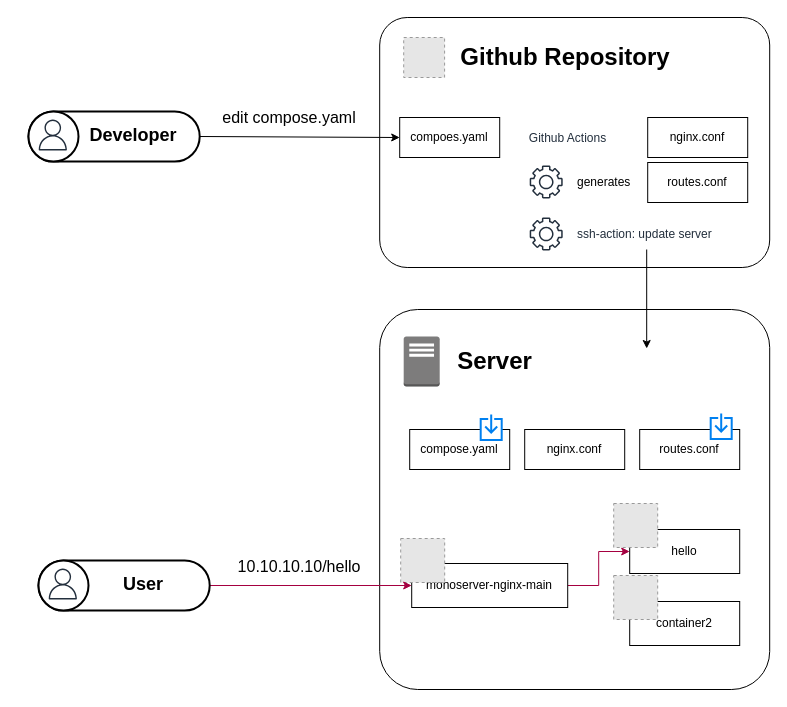
kimkun07/monoserver keeps this draw.io diagram as images/architecture.drawio. Above is the earlier version. Source tidied: cells renumbered, new cells numbered last; positions are measured from the earlier drawing's top-left corner, leaving out a move shared by most shapes. Both pictures are drawn from the tidied source at 100%, with x=0, y=0 at pixel (28, 17). Pictures stored in the file or linked from it are replaced by grey dashed boxes.
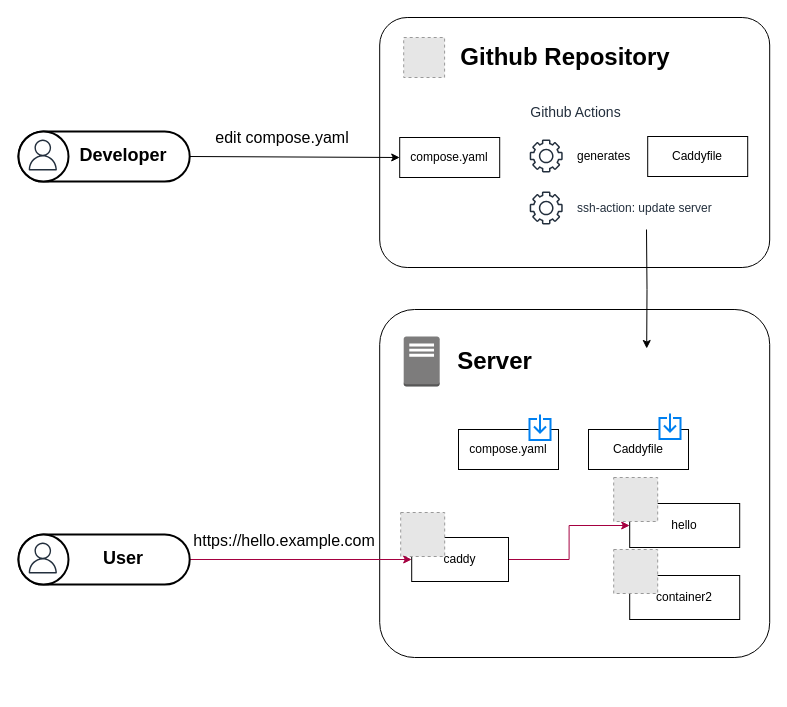
After the change.

Commit message:
architecture.drawio 업데이트 (Caddy 반영)

The edit, as a diff of the source:
```diff
@@
     <mxCell id="2" style="rounded=1;whiteSpace=wrap;html=1;arcSize=10;" parent="1" vertex="1">
-      <mxGeometry x="351.2" y="292" width="390" height="380" as="geometry" />
+      <mxGeometry x="351.2" y="292" width="390" height="348" as="geometry" />
     </mxCell>
@@
     <mxCell id="4" value="hello" style="rounded=0;whiteSpace=wrap;html=1;" parent="1" vertex="1">
-      <mxGeometry x="601.2" y="512" width="110" height="44" as="geometry" />
+      <mxGeometry x="601.2" y="486" width="110" height="44" as="geometry" />
     </mxCell>
@@
-    <mxCell id="6" value="monoserver-nginx-main" style="rounded=0;whiteSpace=wrap;html=1;" parent="1" vertex="1">
-      <mxGeometry x="383.2" y="546" width="156" height="44" as="geometry" />
+    <mxCell id="6" value="caddy" style="rounded=0;whiteSpace=wrap;html=1;" parent="1" vertex="1">
+      <mxGeometry x="383.2" y="520" width="96.8" height="44" as="geometry" />
     </mxCell>
@@
     <mxCell id="8" style="sketch=0;fontColor=#232F3E;gradientColor=none;fillColor=light-dark(#232F3D,#FF9933);strokeColor=none;dashed=0;verticalLabelPosition=bottom;verticalAlign=top;align=center;html=1;fontSize=12;fontStyle=0;shape=mxgraph.aws4.gear;" parent="1" vertex="1">
-      <mxGeometry x="501.2" y="148" width="33" height="33" as="geometry" />
+      <mxGeometry x="501.2" y="122" width="33" height="33" as="geometry" />
     </mxCell>
@@
     <mxCell id="11" value="generates" style="text;html=1;whiteSpace=wrap;strokeColor=none;fillColor=none;align=left;verticalAlign=middle;rounded=0;fontColor=light-dark(#000000,#FF9933);" parent="1" vertex="1">
-      <mxGeometry x="547.2" y="150" width="60" height="30" as="geometry" />
+      <mxGeometry x="547.2" y="124" width="60" height="30" as="geometry" />
     </mxCell>
@@
-    <mxCell id="13" value="nginx.conf" style="rounded=0;whiteSpace=wrap;html=1;" parent="1" vertex="1">
-      <mxGeometry x="619.2" y="100" width="100" height="40" as="geometry" />
-    </mxCell>
-    <mxCell id="14" value="routes.conf" style="rounded=0;whiteSpace=wrap;html=1;strokeColor=light-dark(#000000,#FF9933);" parent="1" vertex="1">
-      <mxGeometry x="619.2" y="145" width="100" height="40" as="geometry" />
+    <mxCell id="14" value="Caddyfile" style="rounded=0;whiteSpace=wrap;html=1;strokeColor=light-dark(#000000,#FF9933);" parent="1" vertex="1">
+      <mxGeometry x="619.2" y="119" width="100" height="40" as="geometry" />
     </mxCell>
     <mxCell id="15" value="ssh-action: update server" style="text;html=1;whiteSpace=wrap;strokeColor=none;fillColor=none;align=left;verticalAlign=middle;rounded=0;fontColor=light-dark(#232F3D,#FF9933);" parent="1" vertex="1">
-      <mxGeometry x="547.2" y="202" width="156" height="30" as="geometry" />
+      <mxGeometry x="547.2" y="176" width="156" height="30" as="geometry" />
     </mxCell>
-    <mxCell id="16" value="nginx.conf" style="rounded=0;whiteSpace=wrap;html=1;" parent="1" vertex="1">
-      <mxGeometry x="496.2" y="412" width="100" height="40" as="geometry" />
-    </mxCell>
-    <mxCell id="17" value="routes.conf" style="rounded=0;whiteSpace=wrap;html=1;" parent="1" vertex="1">
-      <mxGeometry x="611.2" y="412" width="100" height="40" as="geometry" />
+    <mxCell id="17" value="Caddyfile" style="rounded=0;whiteSpace=wrap;html=1;" parent="1" vertex="1">
+      <mxGeometry x="560" y="412" width="100" height="40" as="geometry" />
     </mxCell>
     <mxCell id="18" style="fillColor=#E6E6E6;strokeColor=#999999;dashed=1;html=1;verticalAlign=top;verticalLabelPosition=bottom;labelBackgroundColor=#ffffff;" parent="1" vertex="1">
-      <mxGeometry x="585.2" y="486" width="44" height="44" as="geometry" />
+      <mxGeometry x="585.2" y="460" width="44" height="44" as="geometry" />
     </mxCell>
     <mxCell id="19" value="edit compose.yaml" style="text;html=1;whiteSpace=wrap;strokeColor=none;fillColor=none;align=center;verticalAlign=middle;rounded=0;fontSize=16;" parent="1" vertex="1">
-      <mxGeometry x="171.2" y="80" width="180" height="40" as="geometry" />
+      <mxGeometry x="164" y="100" width="180" height="40" as="geometry" />
     </mxCell>
-    <mxCell id="20" value="compoes.yaml" style="rounded=0;whiteSpace=wrap;html=1;" parent="1" vertex="1">
-      <mxGeometry x="371.2" y="100" width="100" height="40" as="geometry" />
+    <mxCell id="20" value="compose.yaml" style="rounded=0;whiteSpace=wrap;html=1;" parent="1" vertex="1">
+      <mxGeometry x="371.2" y="120" width="100" height="40" as="geometry" />
     </mxCell>
@@
     <mxCell id="22" style="rounded=1;whiteSpace=wrap;html=1;strokeWidth=2;arcSize=50;fontSize=27;fontStyle=1;align=center;" parent="1" vertex="1">
-      <mxGeometry y="94" width="171.2" height="50" as="geometry" />
+      <mxGeometry x="-10" y="114" width="171.2" height="50" as="geometry" />
     </mxCell>
     <mxCell id="23" style="ellipse;whiteSpace=wrap;html=1;strokeWidth=2;" parent="1" vertex="1">
-      <mxGeometry y="94" width="50" height="50" as="geometry" />
+      <mxGeometry x="-10" y="114" width="50" height="50" as="geometry" />
     </mxCell>
     <mxCell id="24" style="sketch=0;fontColor=#232F3E;gradientColor=none;fillColor=light-dark(#232F3D,#FFFFFF);strokeColor=none;dashed=0;verticalLabelPosition=bottom;verticalAlign=top;align=center;html=1;fontSize=12;fontStyle=0;shape=mxgraph.aws4.user;strokeWidth=1;" parent="1" vertex="1">
-      <mxGeometry x="8.8" y="102" width="31" height="31" as="geometry" />
+      <mxGeometry x="-1.2" y="122" width="31" height="31" as="geometry" />
     </mxCell>
     <mxCell id="25" value="&lt;span style=&quot;font-size: 18px; font-weight: 700;&quot;&gt;Developer&lt;/span&gt;" style="text;html=1;whiteSpace=wrap;strokeColor=none;fillColor=none;align=center;verticalAlign=middle;rounded=0;" parent="1" vertex="1">
-      <mxGeometry x="55.2" y="97.5" width="100" height="40" as="geometry" />
+      <mxGeometry x="45.2" y="117.5" width="100" height="40" as="geometry" />
     </mxCell>
     <mxCell id="26" value="compose.yaml" style="rounded=0;whiteSpace=wrap;html=1;" parent="1" vertex="1">
-      <mxGeometry x="381.2" y="412" width="100" height="40" as="geometry" />
+      <mxGeometry x="430" y="412" width="100" height="40" as="geometry" />
     </mxCell>
     <mxCell id="27" style="html=1;verticalLabelPosition=bottom;align=center;labelBackgroundColor=#ffffff;verticalAlign=top;strokeWidth=2;strokeColor=#0080F0;shadow=0;dashed=0;shape=mxgraph.ios7.icons.down;" parent="1" vertex="1">
-      <mxGeometry x="452.2" y="397" width="21" height="25.5" as="geometry" />
+      <mxGeometry x="501" y="397" width="21" height="25.5" as="geometry" />
     </mxCell>
     <mxCell id="28" style="html=1;verticalLabelPosition=bottom;align=center;labelBackgroundColor=#ffffff;verticalAlign=top;strokeWidth=2;strokeColor=#0080F0;shadow=0;dashed=0;shape=mxgraph.ios7.icons.down;" parent="1" vertex="1">
-      <mxGeometry x="682.2" y="396" width="21" height="25.5" as="geometry" />
+      <mxGeometry x="631" y="396" width="21" height="25.5" as="geometry" />
     </mxCell>
     <mxCell id="29" value="container2" style="rounded=0;whiteSpace=wrap;html=1;" parent="1" vertex="1">
-      <mxGeometry x="601.2" y="584" width="110" height="44" as="geometry" />
+      <mxGeometry x="601.2" y="558" width="110" height="44" as="geometry" />
     </mxCell>
     <mxCell id="30" style="fillColor=#E6E6E6;strokeColor=#999999;dashed=1;html=1;verticalAlign=top;verticalLabelPosition=bottom;labelBackgroundColor=#ffffff;" parent="1" vertex="1">
-      <mxGeometry x="585.2" y="558" width="44" height="44" as="geometry" />
+      <mxGeometry x="585.2" y="532" width="44" height="44" as="geometry" />
     </mxCell>
     <mxCell id="31" style="fillColor=#E6E6E6;strokeColor=#999999;dashed=1;html=1;verticalAlign=top;verticalLabelPosition=bottom;labelBackgroundColor=#ffffff;" parent="1" vertex="1">
-      <mxGeometry x="372.2" y="521" width="44" height="44" as="geometry" />
+      <mxGeometry x="372.2" y="495" width="44" height="44" as="geometry" />
     </mxCell>
     <mxCell id="32" style="sketch=0;fontColor=#232F3E;gradientColor=none;fillColor=light-dark(#232F3D,#FF9933);strokeColor=none;dashed=0;verticalLabelPosition=bottom;verticalAlign=top;align=center;html=1;fontSize=12;fontStyle=0;shape=mxgraph.aws4.gear;" parent="1" vertex="1">
-      <mxGeometry x="501.2" y="200" width="33" height="33" as="geometry" />
+      <mxGeometry x="501.2" y="174" width="33" height="33" as="geometry" />
     </mxCell>
-    <mxCell id="33" value="10.10.10.10/hello" style="text;html=1;whiteSpace=wrap;strokeColor=none;fillColor=none;align=center;verticalAlign=middle;rounded=0;fontSize=16;" parent="1" vertex="1">
-      <mxGeometry x="181.2" y="529" width="180" height="40" as="geometry" />
+    <mxCell id="33" value="https://hello.example.com" style="text;html=1;whiteSpace=wrap;strokeColor=none;fillColor=none;align=center;verticalAlign=middle;rounded=0;fontSize=16;" parent="1" vertex="1">
+      <mxGeometry x="166.2" y="503" width="180" height="40" as="geometry" />
     </mxCell>
@@
     <mxCell id="35" style="rounded=1;whiteSpace=wrap;html=1;strokeWidth=2;arcSize=50;fontSize=27;fontStyle=1;align=center;" parent="1" vertex="1">
-      <mxGeometry x="10" y="543" width="171.2" height="50" as="geometry" />
+      <mxGeometry x="-10" y="517" width="171.2" height="50" as="geometry" />
     </mxCell>
     <mxCell id="36" style="ellipse;whiteSpace=wrap;html=1;strokeWidth=2;" parent="1" vertex="1">
-      <mxGeometry x="10" y="543" width="50" height="50" as="geometry" />
+      <mxGeometry x="-10" y="517" width="50" height="50" as="geometry" />
     </mxCell>
     <mxCell id="37" style="sketch=0;fontColor=#232F3E;gradientColor=none;fillColor=light-dark(#232F3D,#FFFFFF);strokeColor=none;dashed=0;verticalLabelPosition=bottom;verticalAlign=top;align=center;html=1;fontSize=12;fontStyle=0;shape=mxgraph.aws4.user;strokeWidth=1;" parent="1" vertex="1">
-      <mxGeometry x="18.8" y="551" width="31" height="31" as="geometry" />
+      <mxGeometry x="-1.2" y="525" width="31" height="31" as="geometry" />
     </mxCell>
     <mxCell id="38" value="&lt;span style=&quot;font-size: 18px; font-weight: 700;&quot;&gt;User&lt;/span&gt;" style="text;html=1;whiteSpace=wrap;strokeColor=none;fillColor=none;align=center;verticalAlign=middle;rounded=0;" parent="1" vertex="1">
-      <mxGeometry x="65.2" y="546.5" width="100" height="40" as="geometry" />
+      <mxGeometry x="45.2" y="520.5" width="100" height="40" as="geometry" />
     </mxCell>
-    <mxCell id="39" value="Github Actions" style="text;html=1;whiteSpace=wrap;strokeColor=none;fillColor=none;align=center;verticalAlign=middle;rounded=0;fontColor=light-dark(#232F3D,#FF9933);" parent="1" vertex="1">
-      <mxGeometry x="492.2" y="106" width="95" height="30" as="geometry" />
+    <mxCell id="39" value="Github Actions" style="text;html=1;whiteSpace=wrap;strokeColor=none;fillColor=none;align=center;verticalAlign=middle;rounded=0;fontColor=light-dark(#232F3D,#FF9933);fontSize=14;" parent="1" vertex="1">
+      <mxGeometry x="500" y="80" width="95" height="30" as="geometry" />
     </mxCell>
-    <mxCell id="40" style="edgeStyle=orthogonalEdgeStyle;rounded=0;orthogonalLoop=1;jettySize=auto;html=1;exitX=0.5;exitY=1;exitDx=0;exitDy=0;strokeColor=light-dark(#000000,#FF9933);" parent="1" edge="1">
+    <mxCell id="40" style="edgeStyle=orthogonalEdgeStyle;rounded=0;orthogonalLoop=1;jettySize=auto;html=1;strokeColor=light-dark(#000000,#FF9933);" parent="1" edge="1">
       <mxGeometry relative="1" as="geometry">
-        <mxPoint x="618.2" y="232" as="sourcePoint" />
+        <mxPoint x="618" y="212" as="sourcePoint" />
         <mxPoint x="618.2" y="331" as="targetPoint" />
       </mxGeometry>
     </mxCell>
```
